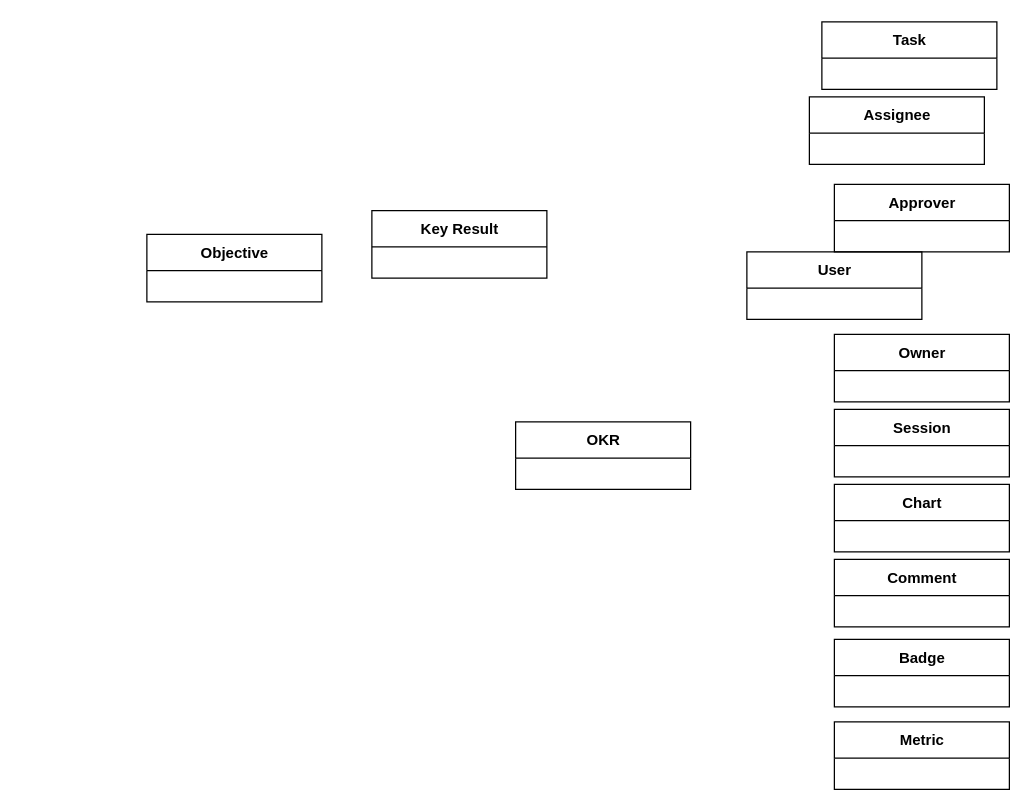
This is diagrams/domain diagram.drawio from KhFendri/OKR_UML, a draw.io file, before an edit. Source tidied: cells renumbered, new cells numbered last; positions are measured from the earlier drawing's top-left corner, leaving out a move shared by most shapes. Both pictures are drawn from the tidied source at 125%, with x=0, y=0 at pixel (146, 21).
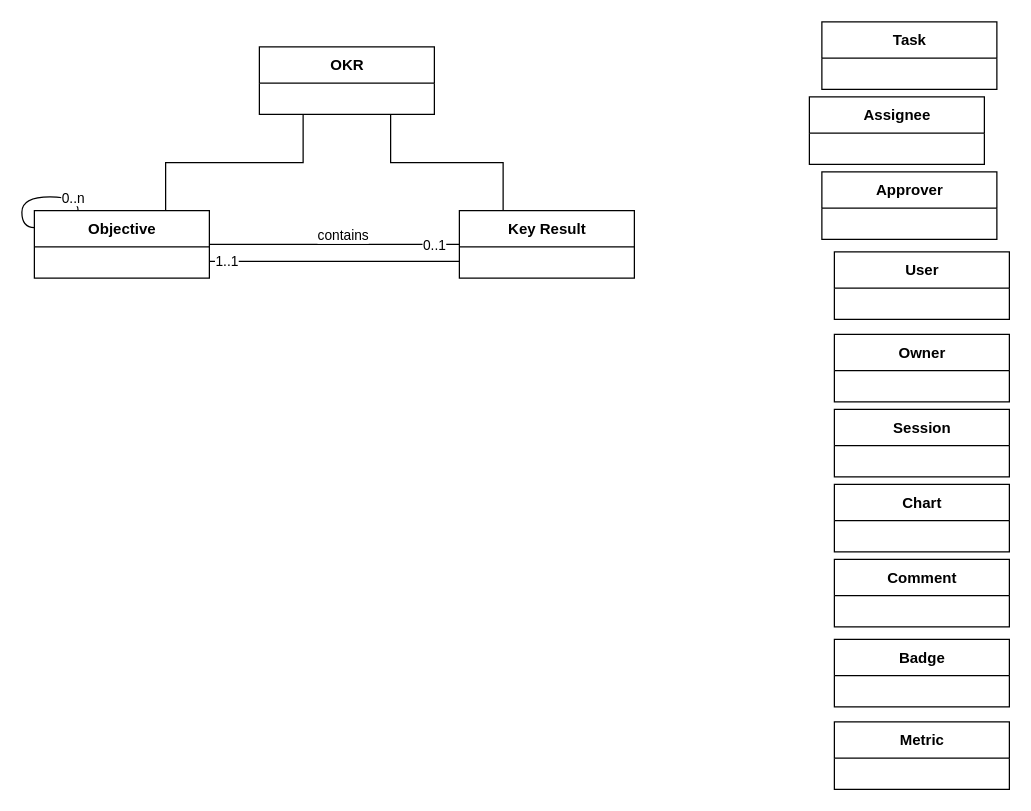
After the change.

The edit, as a diff of the source:
```diff
@@
+    <mxCell id="15" style="edgeStyle=orthogonalEdgeStyle;rounded=0;jettySize=auto;html=1;exitX=0.25;exitY=1;exitDx=0;exitDy=0;entryX=0.75;entryY=0;entryDx=0;entryDy=0;endArrow=none;endFill=0;" parent="1" edge="1" source="2" target="14">
+      <mxGeometry relative="1" as="geometry" />
+    </mxCell>
+    <mxCell id="16" style="edgeStyle=orthogonalEdgeStyle;rounded=0;jettySize=auto;html=1;exitX=0.75;exitY=1;exitDx=0;exitDy=0;entryX=0.25;entryY=0;entryDx=0;entryDy=0;endArrow=none;endFill=0;" parent="1" edge="1" source="2" target="3">
+      <mxGeometry relative="1" as="geometry" />
+    </mxCell>
     <mxCell id="2" value="OKR" style="swimlane;fontStyle=1;align=center;verticalAlign=middle;horizontal=1;startSize=29;html=1;" parent="1" vertex="1">
-      <mxGeometry x="295" y="320" width="140" height="54" as="geometry" />
+      <mxGeometry x="90" y="20" width="140" height="54" as="geometry" />
     </mxCell>
+    <mxCell id="17" style="edgeStyle=orthogonalEdgeStyle;rounded=0;jettySize=auto;html=1;exitX=0;exitY=0.5;exitDx=0;exitDy=0;entryX=1;entryY=0.5;entryDx=0;entryDy=0;endArrow=none;endFill=0;" parent="1" edge="1" source="3" target="14">
+      <mxGeometry relative="1" as="geometry" />
+    </mxCell>
+    <mxCell id="18" value="0..1" style="edgeLabel;html=1;align=center;verticalAlign=middle;" parent="17" vertex="1">
+      <mxGeometry x="-0.79" relative="1" as="geometry" />
+    </mxCell>
+    <mxCell id="19" value="contains" style="edgeLabel;html=1;align=center;verticalAlign=middle;" parent="17" vertex="1">
+      <mxGeometry x="-0.07" y="-2" relative="1" as="geometry">
+        <mxPoint x="-1" y="-6" as="offset" />
+      </mxGeometry>
+    </mxCell>
+    <mxCell id="20" style="edgeStyle=orthogonalEdgeStyle;rounded=0;jettySize=auto;html=1;exitX=0;exitY=0.75;exitDx=0;exitDy=0;entryX=1;entryY=0.75;entryDx=0;entryDy=0;endArrow=none;endFill=0;" parent="1" edge="1" source="3" target="14">
+      <mxGeometry relative="1" as="geometry" />
+    </mxCell>
+    <mxCell id="21" value="1..1" style="edgeLabel;html=1;align=center;verticalAlign=middle;" parent="20" vertex="1">
+      <mxGeometry x="0.87" relative="1" as="geometry" />
+    </mxCell>
     <mxCell id="3" value="Key Result" style="swimlane;fontStyle=1;align=center;verticalAlign=middle;horizontal=1;startSize=29;html=1;" parent="1" vertex="1">
-      <mxGeometry x="180" y="151" width="140" height="54" as="geometry" />
+      <mxGeometry x="250" y="151" width="140" height="54" as="geometry" />
     </mxCell>
@@
     <mxCell id="6" value="User" style="swimlane;fontStyle=1;align=center;verticalAlign=middle;horizontal=1;startSize=29;html=1;" parent="1" vertex="1">
-      <mxGeometry x="480" y="184" width="140" height="54" as="geometry" />
+      <mxGeometry x="550" y="184" width="140" height="54" as="geometry" />
     </mxCell>
@@
     <mxCell id="12" value="Approver" style="swimlane;fontStyle=1;align=center;verticalAlign=middle;horizontal=1;startSize=29;html=1;" parent="1" vertex="1">
-      <mxGeometry x="550" y="130" width="140" height="54" as="geometry" />
+      <mxGeometry x="540" y="120" width="140" height="54" as="geometry" />
     </mxCell>
@@
+    <mxCell id="22" style="group;" parent="1" vertex="1">
+      <mxGeometry x="-100" y="140" width="150" height="65" as="geometry" />
+    </mxCell>
-    <mxCell id="14" value="Objective" style="swimlane;fontStyle=1;align=center;verticalAlign=middle;horizontal=1;startSize=29;html=1;" parent="1" vertex="1">
-      <mxGeometry y="170" width="140" height="54" as="geometry" />
+    <mxCell id="14" value="Objective" style="swimlane;fontStyle=1;align=center;verticalAlign=middle;horizontal=1;startSize=29;html=1;" parent="22" vertex="1">
+      <mxGeometry x="10" y="11" width="140" height="54" as="geometry" />
     </mxCell>
+    <mxCell id="23" style="edgeStyle=orthogonalEdgeStyle;rounded=0;orthogonalLoop=1;jettySize=auto;html=1;exitX=0;exitY=0.25;exitDx=0;exitDy=0;entryX=0.25;entryY=0;entryDx=0;entryDy=0;endArrow=none;endFill=0;curved=1;" parent="22" edge="1" source="14" target="14">
+      <mxGeometry relative="1" as="geometry">
+        <Array as="points">
+          <mxPoint y="25" />
+          <mxPoint />
+          <mxPoint x="45" />
+        </Array>
+      </mxGeometry>
+    </mxCell>
+    <mxCell id="24" value="0..n" style="edgeLabel;html=1;align=center;verticalAlign=middle;" parent="23" vertex="1">
+      <mxGeometry x="0.47" y="-2" relative="1" as="geometry">
+        <mxPoint x="8" y="-2" as="offset" />
+      </mxGeometry>
+    </mxCell>
```
